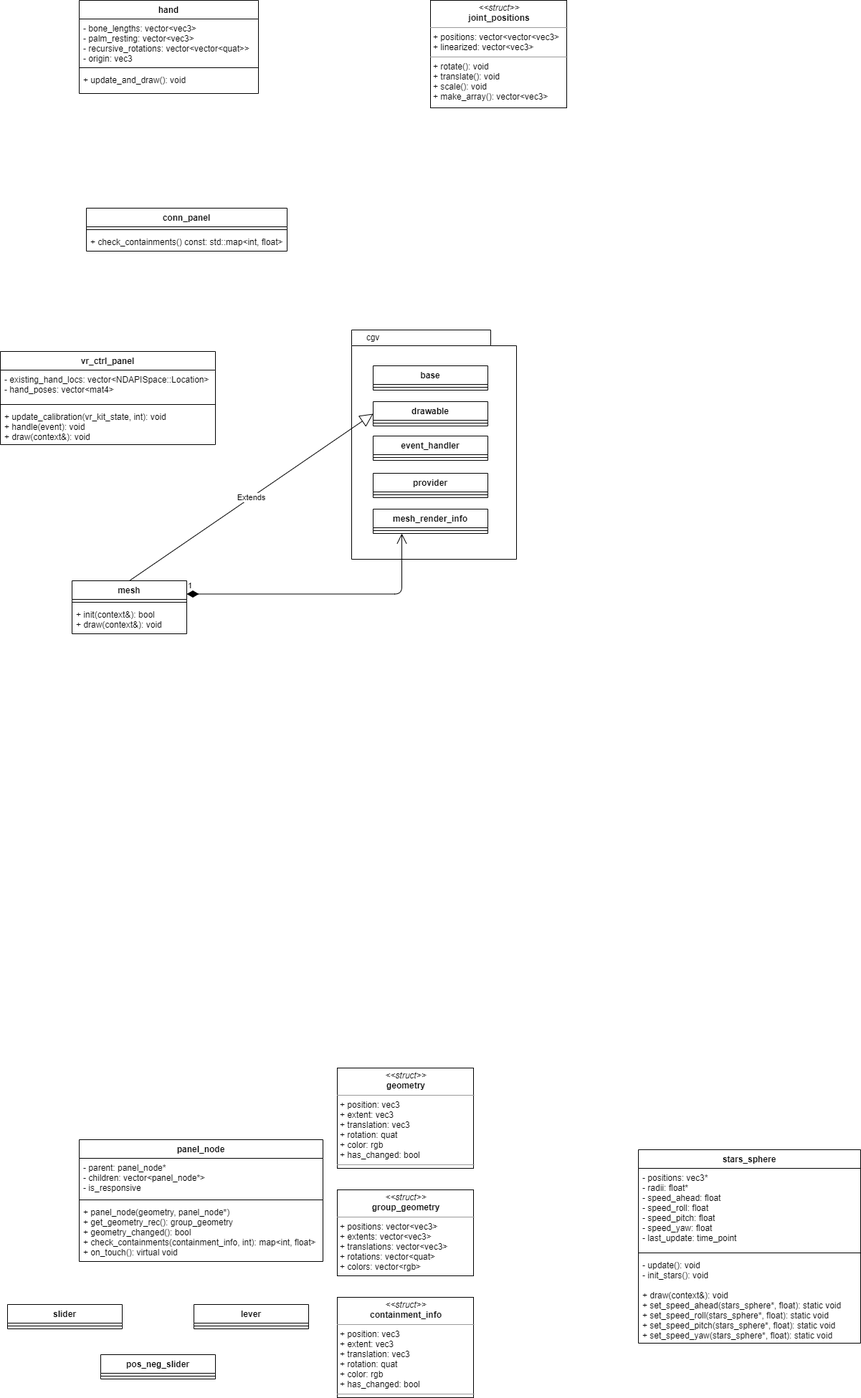
Before: pics/uml.png, a diagram exported from draw.io (lucaswzyk/vr_ctrl_panel). Source tidied: cells renumbered, new cells last; positions are measured from the earlier drawing's top-left corner, leaving out a move shared by most shapes.
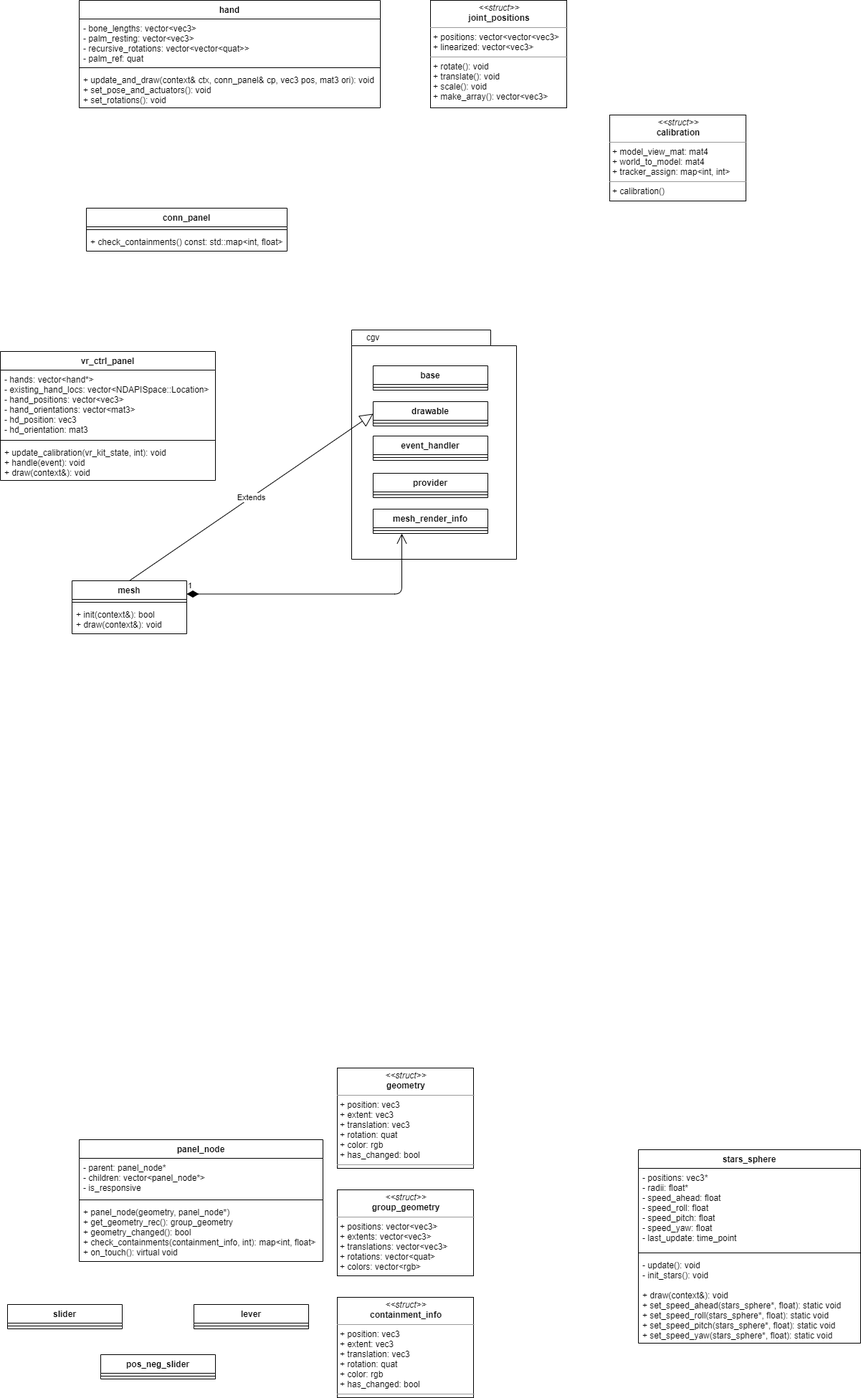
Above is the later version.

Commit message:
comments hand

The edit, as a diff of the source:
```diff
@@ -12,16 +12,16 @@
       <mxGeometry y="34" width="280" height="26" as="geometry" />
     </mxCell>
     <mxCell id="5" value="hand" style="swimlane;fontStyle=1;align=center;verticalAlign=top;horizontal=1;startSize=26;" parent="1" vertex="1">
-      <mxGeometry x="110" width="250" height="130" as="geometry" />
+      <mxGeometry x="110" width="420" height="150" as="geometry" />
     </mxCell>
-    <mxCell id="6" value="- bone_lengths: vector&lt;vec3&gt;&#10;- palm_resting: vector&lt;vec3&gt;&#10;- recursive_rotations: vector&lt;vector&lt;quat&gt;&gt;&#10;- origin: vec3" style="text;strokeColor=none;fillColor=none;align=left;verticalAlign=top;spacingLeft=4;spacingRight=4;overflow=hidden;" parent="5" vertex="1">
-      <mxGeometry y="26" width="250" height="64" as="geometry" />
+    <mxCell id="6" value="- bone_lengths: vector&lt;vec3&gt;&#10;- palm_resting: vector&lt;vec3&gt;&#10;- recursive_rotations: vector&lt;vector&lt;quat&gt;&gt;&#10;- palm_ref: quat" style="text;strokeColor=none;fillColor=none;align=left;verticalAlign=top;spacingLeft=4;spacingRight=4;overflow=hidden;" parent="5" vertex="1">
+      <mxGeometry y="26" width="420" height="64" as="geometry" />
     </mxCell>
     <mxCell id="7" style="line;strokeWidth=1;fillColor=none;align=left;verticalAlign=middle;spacingTop=-1;spacingLeft=3;spacingRight=3;labelPosition=right;" parent="5" vertex="1">
-      <mxGeometry y="90" width="250" height="8" as="geometry" />
+      <mxGeometry y="90" width="420" height="8" as="geometry" />
     </mxCell>
-    <mxCell id="8" value="+ update_and_draw(): void&#10;" style="text;strokeColor=none;fillColor=none;align=left;verticalAlign=top;spacingLeft=4;spacingRight=4;overflow=hidden;" parent="5" vertex="1">
-      <mxGeometry y="98" width="250" height="32" as="geometry" />
+    <mxCell id="8" value="+ update_and_draw(context&amp; ctx, conn_panel&amp; cp, vec3 pos, mat3 ori): void&#10;+ set_pose_and_actuators(): void&#10;+ set_rotations(): void" style="text;strokeColor=none;fillColor=none;align=left;verticalAlign=top;spacingLeft=4;spacingRight=4;overflow=hidden;" parent="5" vertex="1">
+      <mxGeometry y="98" width="420" height="52" as="geometry" />
     </mxCell>
     <mxCell id="9" value="&lt;p style=&quot;margin: 0px ; margin-top: 4px ; text-align: center&quot;&gt;&lt;i&gt;&amp;lt;&amp;lt;struct&amp;gt;&amp;gt;&lt;/i&gt;&lt;br&gt;&lt;b&gt;joint_positions&lt;/b&gt;&lt;/p&gt;&lt;hr size=&quot;1&quot;&gt;&lt;p style=&quot;margin: 0px ; margin-left: 4px&quot;&gt;+ positions: vector&amp;lt;vector&amp;lt;vec3&amp;gt;&lt;br&gt;+ linearized: vector&amp;lt;vec3&amp;gt;&lt;/p&gt;&lt;hr size=&quot;1&quot;&gt;&lt;p style=&quot;margin: 0px ; margin-left: 4px&quot;&gt;+ rotate(): void&lt;/p&gt;&lt;p style=&quot;margin: 0px ; margin-left: 4px&quot;&gt;+ translate(): void&lt;/p&gt;&lt;p style=&quot;margin: 0px ; margin-left: 4px&quot;&gt;+ scale(): void&lt;/p&gt;&lt;p style=&quot;margin: 0px ; margin-left: 4px&quot;&gt;+ make_array(): vector&amp;lt;vec3&amp;gt;&lt;/p&gt;" style="verticalAlign=top;align=left;overflow=fill;fontSize=12;fontFamily=Helvetica;html=1;" parent="1" vertex="1">
       <mxGeometry x="600" width="190" height="150" as="geometry" />
@@ -78,16 +78,16 @@
       <mxGeometry relative="1" as="geometry" />
     </mxCell>
     <mxCell id="27" value="vr_ctrl_panel" style="swimlane;fontStyle=1;align=center;verticalAlign=top;horizontal=1;startSize=26;" parent="1" vertex="1">
-      <mxGeometry y="490" width="300" height="130" as="geometry" />
+      <mxGeometry y="490" width="300" height="180" as="geometry" />
     </mxCell>
-    <mxCell id="28" value="- existing_hand_locs: vector&lt;NDAPISpace::Location&gt;&#10;- hand_poses: vector&lt;mat4&gt;" style="text;strokeColor=none;fillColor=none;align=left;verticalAlign=top;spacingLeft=4;spacingRight=4;overflow=hidden;" parent="27" vertex="1">
-      <mxGeometry y="26" width="300" height="44" as="geometry" />
+    <mxCell id="28" value="- hands: vector&lt;hand*&gt;&#10;- existing_hand_locs: vector&lt;NDAPISpace::Location&gt;&#10;- hand_positions: vector&lt;vec3&gt;&#10;- hand_orientations: vector&lt;mat3&gt;&#10;- hd_position: vec3&#10;- hd_orientation: mat3" style="text;strokeColor=none;fillColor=none;align=left;verticalAlign=top;spacingLeft=4;spacingRight=4;overflow=hidden;" parent="27" vertex="1">
+      <mxGeometry y="26" width="300" height="94" as="geometry" />
     </mxCell>
     <mxCell id="29" style="line;strokeWidth=1;fillColor=none;align=left;verticalAlign=middle;spacingTop=-1;spacingLeft=3;spacingRight=3;labelPosition=right;" parent="27" vertex="1">
-      <mxGeometry y="70" width="300" height="8" as="geometry" />
+      <mxGeometry y="120" width="300" height="8" as="geometry" />
     </mxCell>
     <mxCell id="30" value="+ update_calibration(vr_kit_state, int): void&#10;+ handle(event): void&#10;+ draw(context&amp;): void" style="text;strokeColor=none;fillColor=none;align=left;verticalAlign=top;spacingLeft=4;spacingRight=4;overflow=hidden;" parent="27" vertex="1">
-      <mxGeometry y="78" width="300" height="52" as="geometry" />
+      <mxGeometry y="128" width="300" height="52" as="geometry" />
     </mxCell>
     <mxCell id="31" value="&lt;p style=&quot;margin: 0px ; margin-top: 4px ; text-align: center&quot;&gt;&lt;i&gt;&amp;lt;&amp;lt;struct&amp;gt;&amp;gt;&lt;/i&gt;&lt;br&gt;&lt;b&gt;geometry&lt;/b&gt;&lt;/p&gt;&lt;hr size=&quot;1&quot;&gt;&lt;p style=&quot;margin: 0px ; margin-left: 4px&quot;&gt;+ position: vec3&lt;/p&gt;&lt;p style=&quot;margin: 0px ; margin-left: 4px&quot;&gt;+ extent: vec3&lt;/p&gt;&lt;p style=&quot;margin: 0px ; margin-left: 4px&quot;&gt;+ translation: vec3&lt;/p&gt;&lt;p style=&quot;margin: 0px ; margin-left: 4px&quot;&gt;+ rotation: quat&lt;/p&gt;&lt;p style=&quot;margin: 0px ; margin-left: 4px&quot;&gt;+ color: rgb&lt;/p&gt;&lt;p style=&quot;margin: 0px ; margin-left: 4px&quot;&gt;+ has_changed: bool&lt;/p&gt;&lt;hr size=&quot;1&quot;&gt;&lt;p style=&quot;margin: 0px ; margin-left: 4px&quot;&gt;&lt;br&gt;&lt;/p&gt;" style="verticalAlign=top;align=left;overflow=fill;fontSize=12;fontFamily=Helvetica;html=1;" parent="1" vertex="1">
       <mxGeometry x="470" y="1490" width="190" height="140" as="geometry" />
@@ -140,5 +140,8 @@
     <mxCell id="47" value="- update(): void&#10;- init_stars(): void&#10;&#10;+ draw(context&amp;): void&#10;+ set_speed_ahead(stars_sphere*, float): static void&#10;+ set_speed_roll(stars_sphere*, float): static void&#10;+ set_speed_pitch(stars_sphere*, float): static void&#10;+ set_speed_yaw(stars_sphere*, float): static void" style="text;strokeColor=none;fillColor=none;align=left;verticalAlign=top;spacingLeft=4;spacingRight=4;overflow=hidden;" parent="44" vertex="1">
       <mxGeometry y="148" width="310" height="122" as="geometry" />
     </mxCell>
+    <mxCell id="48" value="&lt;p style=&quot;margin: 0px ; margin-top: 4px ; text-align: center&quot;&gt;&lt;i&gt;&amp;lt;&amp;lt;struct&amp;gt;&amp;gt;&lt;/i&gt;&lt;br&gt;&lt;b&gt;calibration&lt;/b&gt;&lt;/p&gt;&lt;hr size=&quot;1&quot;&gt;&lt;p style=&quot;margin: 0px ; margin-left: 4px&quot;&gt;+ model_view_mat: mat4&lt;/p&gt;&lt;p style=&quot;margin: 0px ; margin-left: 4px&quot;&gt;+ world_to_model: mat4&lt;/p&gt;&lt;p style=&quot;margin: 0px ; margin-left: 4px&quot;&gt;+ tracker_assign: map&amp;lt;int, int&amp;gt;&lt;/p&gt;&lt;hr size=&quot;1&quot;&gt;&lt;p style=&quot;margin: 0px ; margin-left: 4px&quot;&gt;+ calibration()&lt;/p&gt;" style="verticalAlign=top;align=left;overflow=fill;fontSize=12;fontFamily=Helvetica;html=1;" parent="1" vertex="1">
+      <mxGeometry x="850" y="160" width="190" height="120" as="geometry" />
+    </mxCell>
   </root>
 </mxGraphModel>
```
